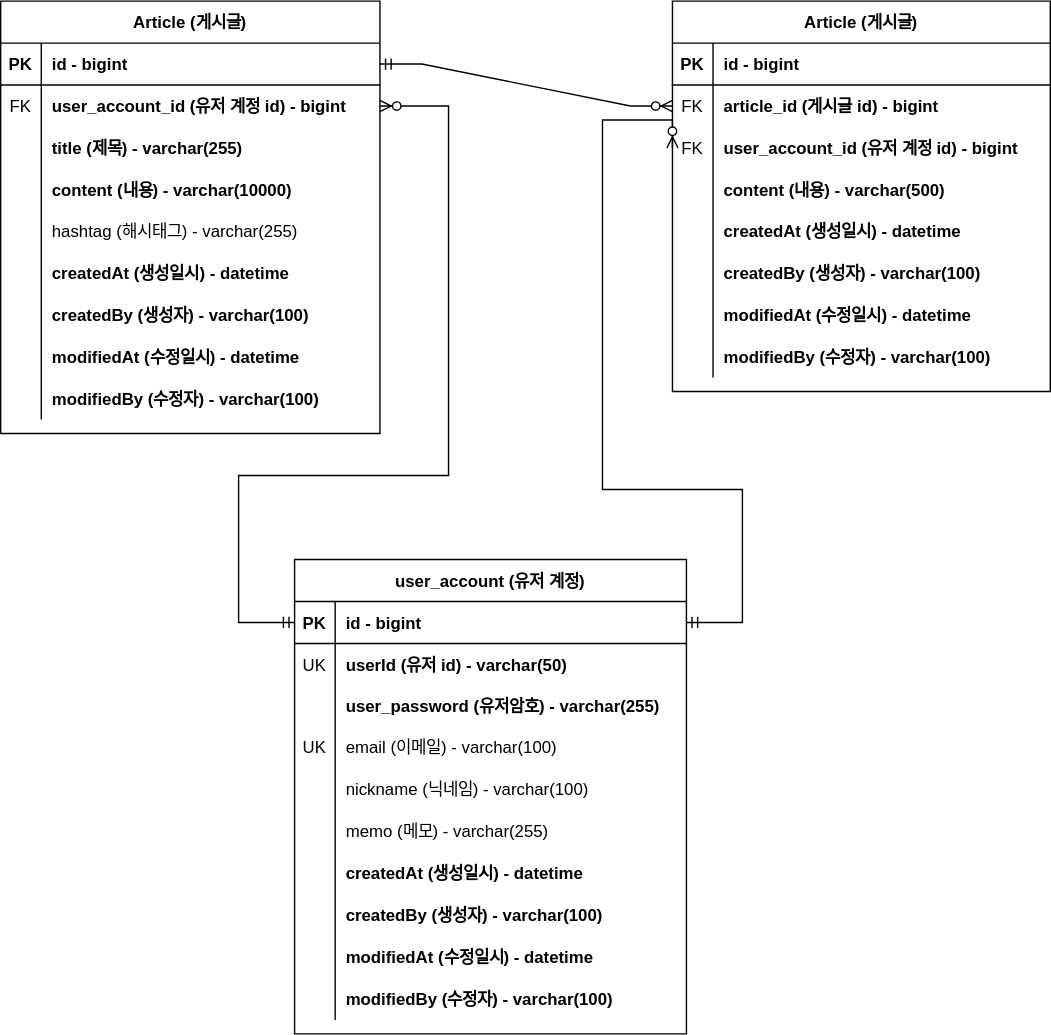
Before: document/board-erd.svg, a diagram exported from draw.io (95twan/project-board). Source tidied: cells renumbered, new cells last; positions are measured from the earlier drawing's top-left corner, leaving out a move shared by most shapes.
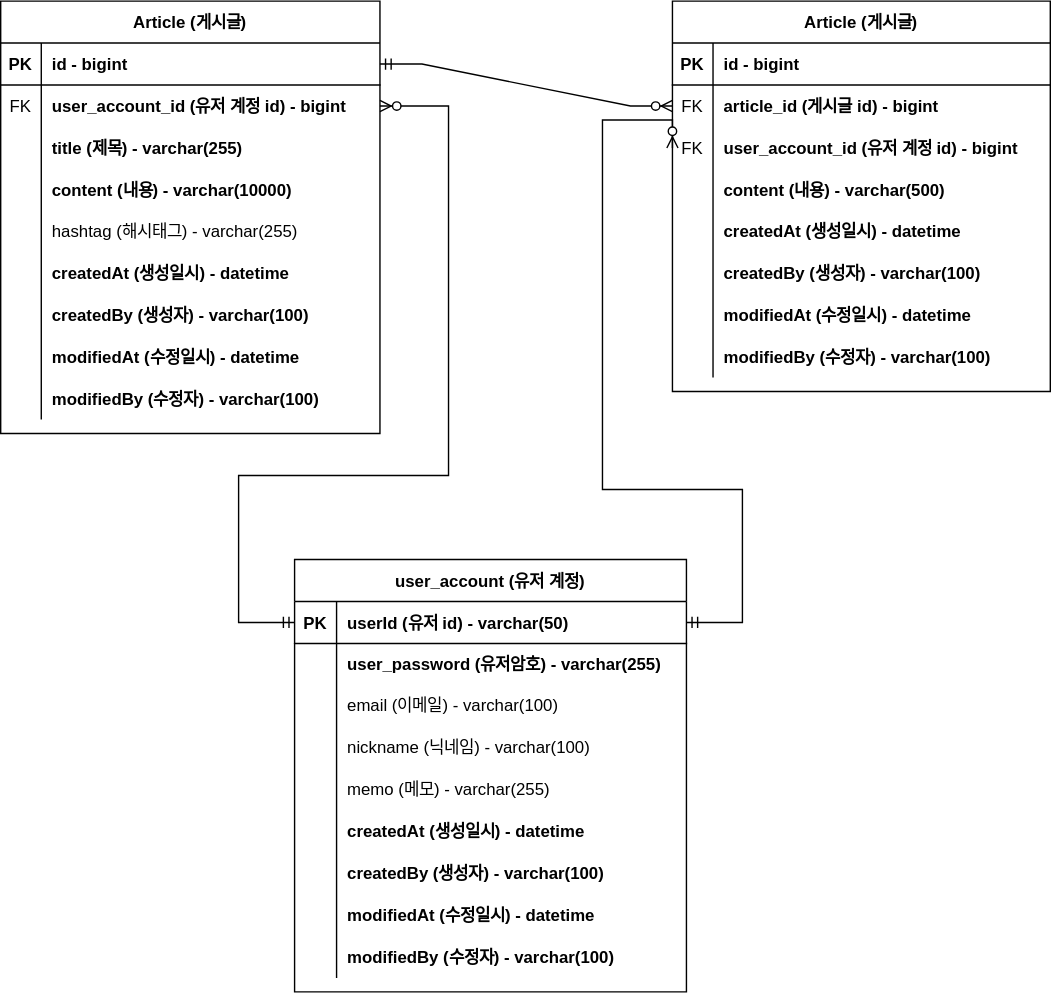
Later version of the same file.

Commit message:
#42 - ERD 문서 수정: 회원 계정 user_id 를 PK 로 변경

What changed in the source:
```diff
@@ -165,97 +165,88 @@
       <mxGeometry relative="1" as="geometry" />
     </mxCell>
     <mxCell id="56" value="user_account (유저 계정)" style="shape=table;startSize=30;rowLines=0;fontStyle=1;align=center;" parent="1" vertex="1">
-      <mxGeometry x="210" y="399" width="280" height="339" as="geometry" />
+      <mxGeometry x="210" y="399" width="280" height="309" as="geometry" />
     </mxCell>
     <mxCell id="57" style="shape=partialRectangle;fillColor=none;points=[[0,0.5],[1,0.5]];portConstraint=eastwest;top=0;left=0;right=0;bottom=1;" parent="56" vertex="1">
       <mxGeometry y="30" width="280" height="30" as="geometry" />
     </mxCell>
     <mxCell id="58" value="PK" style="shape=partialRectangle;overflow=hidden;fillColor=none;top=0;left=0;bottom=0;right=0;fontStyle=1;" parent="57" vertex="1">
-      <mxGeometry width="29" height="30" as="geometry" />
+      <mxGeometry width="30" height="30" as="geometry" />
     </mxCell>
-    <mxCell id="59" value="id - bigint" style="shape=partialRectangle;overflow=hidden;fillColor=none;top=0;left=0;bottom=0;right=0;align=left;spacingLeft=6;fontStyle=1;" parent="57" vertex="1">
-      <mxGeometry x="29" width="251" height="30" as="geometry" />
+    <mxCell id="59" value="userId (유저 id) - varchar(50)" style="shape=partialRectangle;overflow=hidden;fillColor=none;top=0;left=0;bottom=0;right=0;align=left;spacingLeft=6;fontStyle=1;" parent="57" vertex="1">
+      <mxGeometry x="30" width="250" height="30" as="geometry" />
     </mxCell>
-    <mxCell id="60" style="shape=partialRectangle;fillColor=none;top=0;left=0;right=0;bottom=0;" parent="56" vertex="1">
-      <mxGeometry y="60" width="280" height="30" as="geometry" />
-    </mxCell>
-    <mxCell id="61" value="UK" style="shape=partialRectangle;overflow=hidden;fillColor=none;top=0;left=0;bottom=0;right=0;" parent="60" vertex="1">
-      <mxGeometry width="29" height="30" as="geometry" />
-    </mxCell>
-    <mxCell id="62" value="userId (유저 id) - varchar(50)" style="shape=partialRectangle;overflow=hidden;fillColor=none;top=0;left=0;bottom=0;right=0;align=left;spacingLeft=6;fontStyle=1;" parent="60" vertex="1">
-      <mxGeometry x="29" width="251" height="30" as="geometry" />
-    </mxCell>
     <mxCell id="63" style="shape=partialRectangle;fillColor=none;top=0;left=0;right=0;bottom=0;" parent="56" vertex="1">
-      <mxGeometry y="90" width="280" height="29" as="geometry" />
+      <mxGeometry y="60" width="280" height="29" as="geometry" />
     </mxCell>
     <mxCell id="64" style="shape=partialRectangle;overflow=hidden;fillColor=none;top=0;left=0;bottom=0;right=0;" parent="63" vertex="1">
-      <mxGeometry width="29" height="29" as="geometry" />
+      <mxGeometry width="30" height="29" as="geometry" />
     </mxCell>
     <mxCell id="65" value="user_password (유저암호) - varchar(255)" style="shape=partialRectangle;overflow=hidden;fillColor=none;top=0;left=0;bottom=0;right=0;align=left;spacingLeft=6;fontStyle=1;" parent="63" vertex="1">
-      <mxGeometry x="29" width="251" height="29" as="geometry" />
+      <mxGeometry x="30" width="250" height="29" as="geometry" />
     </mxCell>
     <mxCell id="66" style="shape=partialRectangle;fillColor=none;top=0;left=0;right=0;bottom=0;" parent="56" vertex="1">
-      <mxGeometry y="119" width="280" height="30" as="geometry" />
+      <mxGeometry y="89" width="280" height="30" as="geometry" />
     </mxCell>
-    <mxCell id="67" value="UK" style="shape=partialRectangle;overflow=hidden;fillColor=none;top=0;left=0;bottom=0;right=0;" parent="66" vertex="1">
-      <mxGeometry width="29" height="30" as="geometry" />
+    <mxCell id="67" style="shape=partialRectangle;overflow=hidden;fillColor=none;top=0;left=0;bottom=0;right=0;" parent="66" vertex="1">
+      <mxGeometry width="30" height="30" as="geometry" />
     </mxCell>
     <mxCell id="68" value="email (이메일) - varchar(100)" style="shape=partialRectangle;overflow=hidden;fillColor=none;top=0;left=0;bottom=0;right=0;align=left;spacingLeft=6;" parent="66" vertex="1">
-      <mxGeometry x="29" width="251" height="30" as="geometry" />
+      <mxGeometry x="30" width="250" height="30" as="geometry" />
     </mxCell>
     <mxCell id="69" style="shape=partialRectangle;fillColor=none;top=0;left=0;right=0;bottom=0;" parent="56" vertex="1">
-      <mxGeometry y="149" width="280" height="30" as="geometry" />
+      <mxGeometry y="119" width="280" height="30" as="geometry" />
     </mxCell>
     <mxCell id="70" style="shape=partialRectangle;overflow=hidden;fillColor=none;top=0;left=0;bottom=0;right=0;" parent="69" vertex="1">
-      <mxGeometry width="29" height="30" as="geometry" />
+      <mxGeometry width="30" height="30" as="geometry" />
     </mxCell>
     <mxCell id="71" value="nickname (닉네임) - varchar(100)" style="shape=partialRectangle;overflow=hidden;fillColor=none;top=0;left=0;bottom=0;right=0;align=left;spacingLeft=6;" parent="69" vertex="1">
-      <mxGeometry x="29" width="251" height="30" as="geometry" />
+      <mxGeometry x="30" width="250" height="30" as="geometry" />
     </mxCell>
     <mxCell id="72" style="shape=partialRectangle;fillColor=none;top=0;left=0;right=0;bottom=0;" parent="56" vertex="1">
-      <mxGeometry y="179" width="280" height="30" as="geometry" />
+      <mxGeometry y="149" width="280" height="30" as="geometry" />
     </mxCell>
     <mxCell id="73" style="shape=partialRectangle;overflow=hidden;fillColor=none;top=0;left=0;bottom=0;right=0;" parent="72" vertex="1">
-      <mxGeometry width="29" height="30" as="geometry" />
+      <mxGeometry width="30" height="30" as="geometry" />
     </mxCell>
     <mxCell id="74" value="memo (메모) - varchar(255)" style="shape=partialRectangle;overflow=hidden;fillColor=none;top=0;left=0;bottom=0;right=0;align=left;spacingLeft=6;" parent="72" vertex="1">
-      <mxGeometry x="29" width="251" height="30" as="geometry" />
+      <mxGeometry x="30" width="250" height="30" as="geometry" />
     </mxCell>
     <mxCell id="75" style="shape=partialRectangle;fillColor=none;top=0;left=0;right=0;bottom=0;" parent="56" vertex="1">
-      <mxGeometry y="209" width="280" height="30" as="geometry" />
+      <mxGeometry y="179" width="280" height="30" as="geometry" />
     </mxCell>
     <mxCell id="76" style="shape=partialRectangle;overflow=hidden;fillColor=none;top=0;left=0;bottom=0;right=0;" parent="75" vertex="1">
-      <mxGeometry width="29" height="30" as="geometry" />
+      <mxGeometry width="30" height="30" as="geometry" />
     </mxCell>
     <mxCell id="77" value="createdAt (생성일시) - datetime" style="shape=partialRectangle;overflow=hidden;fillColor=none;top=0;left=0;bottom=0;right=0;align=left;spacingLeft=6;fontStyle=1;" parent="75" vertex="1">
-      <mxGeometry x="29" width="251" height="30" as="geometry" />
+      <mxGeometry x="30" width="250" height="30" as="geometry" />
     </mxCell>
     <mxCell id="78" style="shape=partialRectangle;fillColor=none;top=0;left=0;right=0;bottom=0;" parent="56" vertex="1">
-      <mxGeometry y="239" width="280" height="30" as="geometry" />
+      <mxGeometry y="209" width="280" height="30" as="geometry" />
     </mxCell>
     <mxCell id="79" style="shape=partialRectangle;overflow=hidden;fillColor=none;top=0;left=0;bottom=0;right=0;" parent="78" vertex="1">
-      <mxGeometry width="29" height="30" as="geometry" />
+      <mxGeometry width="30" height="30" as="geometry" />
     </mxCell>
     <mxCell id="80" value="createdBy (생성자) - varchar(100)" style="shape=partialRectangle;overflow=hidden;fillColor=none;top=0;left=0;bottom=0;right=0;align=left;spacingLeft=6;fontStyle=1;" parent="78" vertex="1">
-      <mxGeometry x="29" width="251" height="30" as="geometry" />
+      <mxGeometry x="30" width="250" height="30" as="geometry" />
     </mxCell>
     <mxCell id="81" style="shape=partialRectangle;fillColor=none;top=0;left=0;right=0;bottom=0;" parent="56" vertex="1">
-      <mxGeometry y="269" width="280" height="30" as="geometry" />
+      <mxGeometry y="239" width="280" height="30" as="geometry" />
     </mxCell>
     <mxCell id="82" style="shape=partialRectangle;overflow=hidden;fillColor=none;top=0;left=0;bottom=0;right=0;" parent="81" vertex="1">
-      <mxGeometry width="29" height="30" as="geometry" />
+      <mxGeometry width="30" height="30" as="geometry" />
     </mxCell>
     <mxCell id="83" value="modifiedAt (수정일시) - datetime" style="shape=partialRectangle;overflow=hidden;fillColor=none;top=0;left=0;bottom=0;right=0;align=left;spacingLeft=6;fontStyle=1;" parent="81" vertex="1">
-      <mxGeometry x="29" width="251" height="30" as="geometry" />
+      <mxGeometry x="30" width="250" height="30" as="geometry" />
     </mxCell>
     <mxCell id="84" style="shape=partialRectangle;fillColor=none;top=0;left=0;right=0;bottom=0;" parent="56" vertex="1">
-      <mxGeometry y="299" width="280" height="30" as="geometry" />
+      <mxGeometry y="269" width="280" height="30" as="geometry" />
     </mxCell>
     <mxCell id="85" style="shape=partialRectangle;overflow=hidden;fillColor=none;top=0;left=0;bottom=0;right=0;" parent="84" vertex="1">
-      <mxGeometry width="29" height="30" as="geometry" />
+      <mxGeometry width="30" height="30" as="geometry" />
     </mxCell>
     <mxCell id="86" value="modifiedBy (수정자) - varchar(100)" style="shape=partialRectangle;overflow=hidden;fillColor=none;top=0;left=0;bottom=0;right=0;align=left;spacingLeft=6;fontStyle=1;" parent="84" vertex="1">
-      <mxGeometry x="29" width="251" height="30" as="geometry" />
+      <mxGeometry x="30" width="250" height="30" as="geometry" />
     </mxCell>
     <mxCell id="87" style="edgeStyle=orthogonalEdgeStyle;fontSize=12;html=1;endArrow=ERzeroToMany;startArrow=ERmandOne;rounded=0;entryX=1;entryY=0.5;entryDx=0;entryDy=0;exitX=0;exitY=0.5;exitDx=0;exitDy=0;" parent="1" edge="1" source="57" target="6">
       <mxGeometry relative="1" as="geometry">
```
